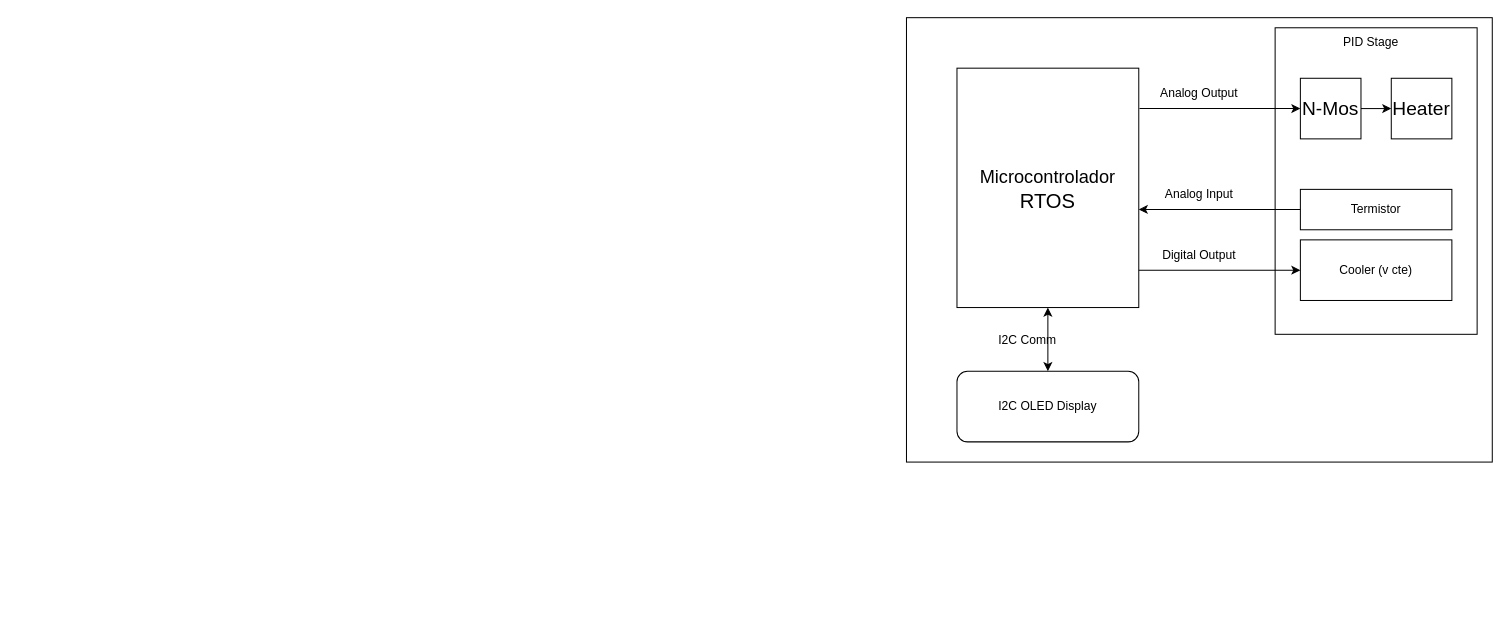
The draw.io diagram page "Page-1" (1 of 3) of template.drawio in jmoro1/EDIII, before the edit. Source tidied: cells renumbered, new cells numbered last; positions are measured from the earlier drawing's top-left corner, leaving out a move shared by most shapes. Both pictures are drawn from the tidied source at 101%, with x=0, y=0 at pixel (906, 17).
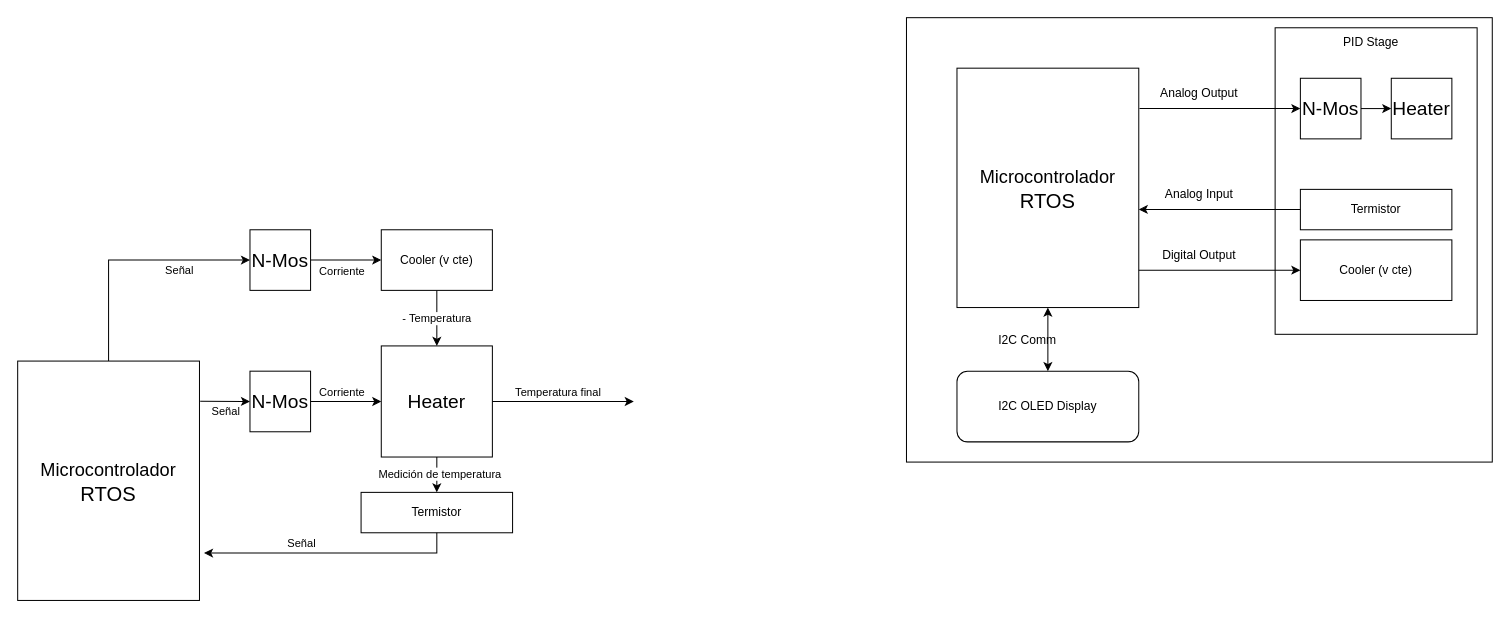
The same diagram, later.

What changed in the source:
```diff
@@
+    <mxCell id="20" style="edgeStyle=orthogonalEdgeStyle;rounded=0;jettySize=auto;html=1;entryX=0;entryY=0.5;entryDx=0;entryDy=0;" parent="1" edge="1" source="21" target="37">
+      <mxGeometry relative="1" as="geometry">
+        <Array as="points">
+          <mxPoint x="-790" y="240" />
+        </Array>
+      </mxGeometry>
+    </mxCell>
+    <mxCell id="21" value="&lt;font style=&quot;font-size: 18px;&quot;&gt;Microcontrolador&lt;/font&gt;&lt;br&gt;RTOS" style="rounded=0;whiteSpace=wrap;html=1;direction=south;fontSize=20;" parent="1" vertex="1">
+      <mxGeometry x="-880" y="340" width="180" height="237" as="geometry" />
+    </mxCell>
+    <mxCell id="22" value="&lt;font style=&quot;font-size: 19px;&quot;&gt;N-Mos&lt;/font&gt;" style="whiteSpace=wrap;html=1;fontSize=20;" parent="1" vertex="1">
+      <mxGeometry x="-650" y="350" width="60" height="60" as="geometry" />
+    </mxCell>
+    <mxCell id="23" style="edgeStyle=orthogonalEdgeStyle;rounded=0;jettySize=auto;html=1;" parent="1" edge="1" source="25" target="28">
+      <mxGeometry relative="1" as="geometry" />
+    </mxCell>
+    <mxCell id="24" value="Medición de temperatura" style="edgeLabel;html=1;align=center;verticalAlign=middle;" parent="23" vertex="1">
+      <mxGeometry x="0.16" y="2" relative="1" as="geometry" />
+    </mxCell>
+    <mxCell id="25" value="&lt;span style=&quot;font-size: 19px;&quot;&gt;Heater&lt;/span&gt;" style="whiteSpace=wrap;html=1;fontSize=20;" parent="1" vertex="1">
+      <mxGeometry x="-520" y="325" width="110" height="110" as="geometry" />
+    </mxCell>
+    <mxCell id="26" value="- Temperatura" style="edgeStyle=orthogonalEdgeStyle;rounded=0;jettySize=auto;html=1;" parent="1" edge="1" source="27" target="25">
+      <mxGeometry relative="1" as="geometry" />
+    </mxCell>
+    <mxCell id="27" value="&lt;div&gt;Cooler (v cte)&lt;br&gt;&lt;/div&gt;" style="rounded=0;whiteSpace=wrap;html=1;" parent="1" vertex="1">
+      <mxGeometry x="-520" y="210" width="110" height="60" as="geometry" />
+    </mxCell>
+    <mxCell id="28" value="Termistor" style="rounded=0;whiteSpace=wrap;html=1;" parent="1" vertex="1">
+      <mxGeometry x="-540" y="470" width="150" height="40" as="geometry" />
+    </mxCell>
+    <mxCell id="29" style="endArrow=classic;html=1;rounded=0;entryX=0;entryY=0.5;entryDx=0;entryDy=0;exitX=0.168;exitY=-0.004;exitDx=0;exitDy=0;exitPerimeter=0;" parent="1" edge="1" source="21" target="22">
+      <mxGeometry relative="1" as="geometry" />
+    </mxCell>
+    <mxCell id="30" value="Señal" style="edgeLabel;html=1;align=center;verticalAlign=middle;" parent="29" vertex="1">
+      <mxGeometry x="0.01" relative="1" as="geometry">
+        <mxPoint y="10" as="offset" />
+      </mxGeometry>
+    </mxCell>
+    <mxCell id="31" style="endArrow=classic;html=1;rounded=0;entryX=0;entryY=0.5;entryDx=0;entryDy=0;exitX=1;exitY=0.5;exitDx=0;exitDy=0;" parent="1" edge="1" source="22" target="25">
+      <mxGeometry relative="1" as="geometry" />
+    </mxCell>
+    <mxCell id="32" value="Corriente" style="edgeLabel;html=1;align=center;verticalAlign=middle;" parent="31" vertex="1">
+      <mxGeometry x="0.14" y="-3" relative="1" as="geometry">
+        <mxPoint x="-10" y="-13" as="offset" />
+      </mxGeometry>
+    </mxCell>
+    <mxCell id="33" style="edgeStyle=orthogonalEdgeStyle;rounded=0;jettySize=auto;html=1;exitX=0.5;exitY=1;exitDx=0;exitDy=0;entryX=0.802;entryY=-0.025;entryDx=0;entryDy=0;entryPerimeter=0;" parent="1" edge="1" source="28" target="21">
+      <mxGeometry relative="1" as="geometry" />
+    </mxCell>
+    <mxCell id="34" style="edgeStyle=orthogonalEdgeStyle;rounded=0;jettySize=auto;html=1;exitX=1;exitY=0.5;exitDx=0;exitDy=0;" parent="1" edge="1" source="25">
+      <mxGeometry relative="1" as="geometry">
+        <mxPoint x="-270" y="380" as="targetPoint" />
+      </mxGeometry>
+    </mxCell>
+    <mxCell id="35" value="Temperatura final" style="edgeLabel;html=1;align=center;verticalAlign=middle;" parent="34" vertex="1">
+      <mxGeometry x="0.14" y="1" relative="1" as="geometry">
+        <mxPoint x="-15" y="-9" as="offset" />
+      </mxGeometry>
+    </mxCell>
+    <mxCell id="36" style="edgeStyle=orthogonalEdgeStyle;rounded=0;jettySize=auto;html=1;" parent="1" edge="1" source="37" target="27">
+      <mxGeometry relative="1" as="geometry" />
+    </mxCell>
+    <mxCell id="37" value="&lt;font style=&quot;font-size: 19px;&quot;&gt;N-Mos&lt;/font&gt;" style="whiteSpace=wrap;html=1;fontSize=20;" parent="1" vertex="1">
+      <mxGeometry x="-650" y="210" width="60" height="60" as="geometry" />
+    </mxCell>
+    <mxCell id="38" value="Corriente" style="edgeLabel;html=1;align=center;verticalAlign=middle;" parent="1" vertex="1">
+      <mxGeometry x="-560" y="250" as="geometry" />
+    </mxCell>
+    <mxCell id="39" value="Señal" style="edgeLabel;html=1;align=center;verticalAlign=middle;" parent="1" vertex="1">
+      <mxGeometry x="-650" y="370" as="geometry">
+        <mxPoint x="-71" y="-121" as="offset" />
+      </mxGeometry>
+    </mxCell>
+    <mxCell id="40" value="Señal" style="edgeLabel;html=1;align=center;verticalAlign=middle;" parent="1" vertex="1">
+      <mxGeometry x="-600" y="520" as="geometry" />
+    </mxCell>
```
